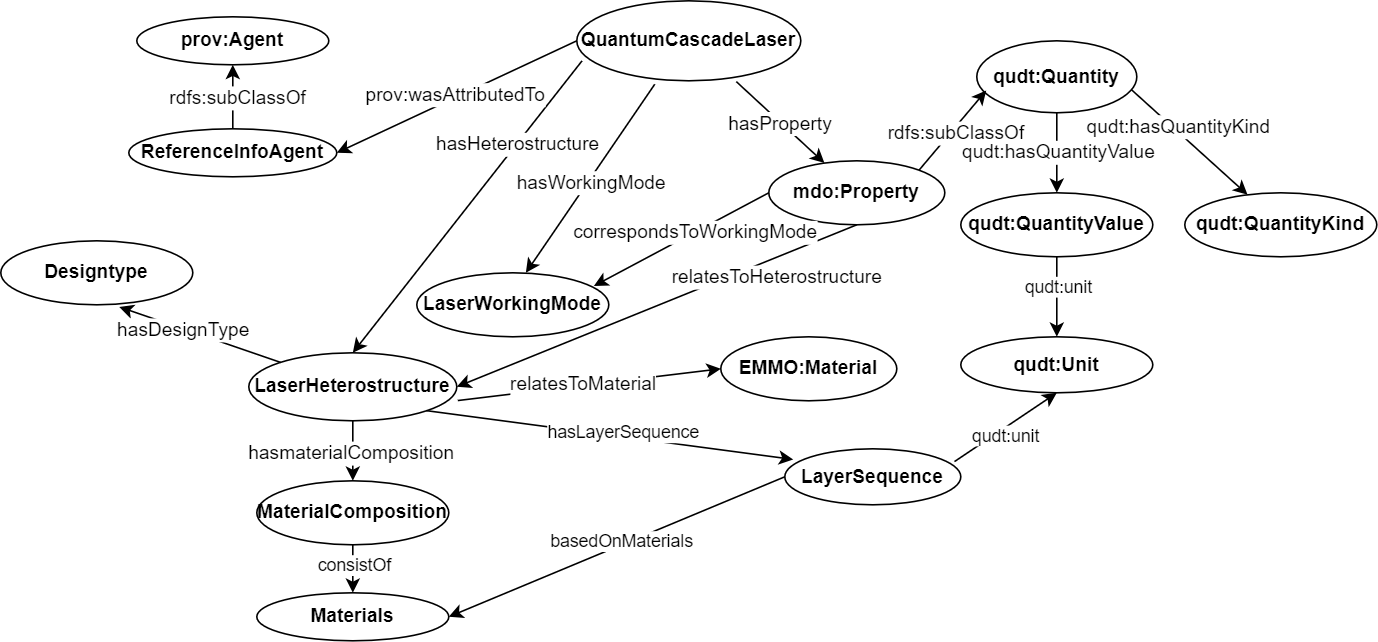
The draw.io diagram Figures/ontology_v1.png in DeperiasKerre/qcl_Onto, before a commit. Source tidied: cells renumbered, new cells last; positions are measured from the earlier drawing's top-left corner, leaving out a move shared by most shapes.
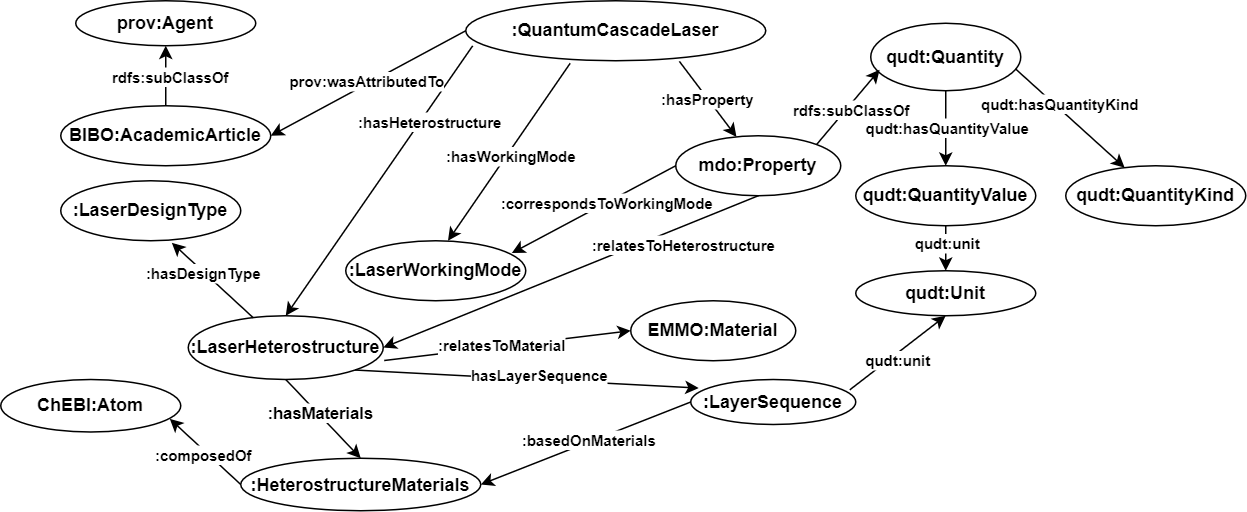
Above is the later version.

Diff of the diagram source:
```diff
@@ -2,11 +2,11 @@
   <root>
     <mxCell id="0" />
     <mxCell id="1" parent="0" />
-    <mxCell id="2" value="&lt;b&gt;&lt;font style=&quot;font-size: 12px;&quot;&gt;QuantumCascadeLaser&lt;/font&gt;&lt;/b&gt;" style="ellipse;whiteSpace=wrap;html=1;" parent="1" vertex="1">
-      <mxGeometry x="360" width="140" height="50" as="geometry" />
+    <mxCell id="2" value="&lt;b&gt;&lt;font style=&quot;font-size: 12px;&quot;&gt;:QuantumCascadeLaser&lt;/font&gt;&lt;/b&gt;" style="ellipse;whiteSpace=wrap;html=1;" parent="1" vertex="1">
+      <mxGeometry x="340" y="10" width="200" height="40" as="geometry" />
     </mxCell>
     <mxCell id="3" value="&lt;b&gt;&lt;font style=&quot;font-size: 12px;&quot;&gt;prov:Agent&lt;/font&gt;&lt;/b&gt;" style="ellipse;whiteSpace=wrap;html=1;" parent="1" vertex="1">
-      <mxGeometry x="85" y="10" width="120" height="30" as="geometry" />
+      <mxGeometry x="80" y="10" width="120" height="30" as="geometry" />
     </mxCell>
     <mxCell id="4" value="&lt;b&gt;&lt;font style=&quot;font-size: 12px;&quot;&gt;qudt:Quantity&lt;/font&gt;&lt;/b&gt;" style="ellipse;whiteSpace=wrap;html=1;" parent="1" vertex="1">
       <mxGeometry x="610" y="25" width="100" height="45" as="geometry" />
@@ -17,13 +17,13 @@
     <mxCell id="6" style="endArrow=classic;html=1;rounded=0;exitX=0.712;exitY=1.01;exitDx=0;exitDy=0;exitPerimeter=0;" parent="1" edge="1" source="2" target="5">
       <mxGeometry relative="1" as="geometry" />
     </mxCell>
-    <mxCell id="7" value="&lt;font style=&quot;font-size: 12px;&quot;&gt;hasProperty&lt;/font&gt;" style="edgeLabel;html=1;align=center;verticalAlign=middle;" parent="6" vertex="1">
+    <mxCell id="7" value="&lt;font style=&quot;font-size: 10px;&quot;&gt;&lt;b&gt;:hasProperty&lt;/b&gt;&lt;/font&gt;" style="edgeLabel;html=1;align=center;verticalAlign=middle;" parent="6" vertex="1">
       <mxGeometry x="-0.01" y="-1" relative="1" as="geometry" />
     </mxCell>
     <mxCell id="8" style="endArrow=classic;html=1;rounded=0;entryX=0.059;entryY=0.69;entryDx=0;entryDy=0;entryPerimeter=0;exitX=1;exitY=0;exitDx=0;exitDy=0;" parent="1" edge="1" source="5" target="4">
       <mxGeometry relative="1" as="geometry" />
     </mxCell>
-    <mxCell id="9" value="&lt;font style=&quot;font-size: 12px;&quot;&gt;rdfs:subClassOf&lt;/font&gt;" style="edgeLabel;html=1;align=center;verticalAlign=middle;" parent="8" vertex="1">
+    <mxCell id="9" value="&lt;font style=&quot;font-size: 10px;&quot;&gt;&lt;b&gt;rdfs:subClassOf&lt;/b&gt;&lt;/font&gt;" style="edgeLabel;html=1;align=center;verticalAlign=middle;" parent="8" vertex="1">
       <mxGeometry x="-0.03" y="-2" relative="1" as="geometry" />
     </mxCell>
     <mxCell id="10" value="&lt;b&gt;qudt:QuantityKind&lt;/b&gt;" style="ellipse;whiteSpace=wrap;html=1;" parent="1" vertex="1">
@@ -33,47 +33,47 @@
       <mxGeometry x="600" y="120" width="120" height="40" as="geometry" />
     </mxCell>
     <mxCell id="12" value="&lt;b&gt;qudt:Unit&lt;/b&gt;" style="ellipse;whiteSpace=wrap;html=1;" parent="1" vertex="1">
-      <mxGeometry x="600" y="210" width="120" height="35" as="geometry" />
+      <mxGeometry x="600" y="190" width="120" height="30" as="geometry" />
     </mxCell>
     <mxCell id="13" style="endArrow=classic;html=1;rounded=0;exitX=0.5;exitY=1;exitDx=0;exitDy=0;" parent="1" edge="1" source="4">
       <mxGeometry relative="1" as="geometry">
         <mxPoint x="660" y="120" as="targetPoint" />
       </mxGeometry>
     </mxCell>
-    <mxCell id="14" value="&lt;font style=&quot;font-size: 12px;&quot;&gt;qudt:hasQuantityValue&lt;/font&gt;" style="edgeLabel;html=1;align=center;verticalAlign=middle;" parent="13" vertex="1">
+    <mxCell id="14" value="&lt;font style=&quot;font-size: 10px;&quot;&gt;&lt;b&gt;qudt:hasQuantityValue&lt;/b&gt;&lt;/font&gt;" style="edgeLabel;html=1;align=center;verticalAlign=middle;" parent="13" vertex="1">
       <mxGeometry x="-0.04" relative="1" as="geometry" />
     </mxCell>
     <mxCell id="15" style="endArrow=classic;html=1;rounded=0;exitX=0.965;exitY=0.676;exitDx=0;exitDy=0;exitPerimeter=0;" parent="1" edge="1" source="4" target="10">
       <mxGeometry relative="1" as="geometry" />
     </mxCell>
-    <mxCell id="16" value="&lt;font style=&quot;font-size: 12px;&quot;&gt;qudt:hasQuantityKind&lt;/font&gt;" style="edgeLabel;html=1;align=center;verticalAlign=middle;" parent="15" vertex="1">
+    <mxCell id="16" value="&lt;font style=&quot;font-size: 10px;&quot;&gt;&lt;b&gt;qudt:hasQuantityKind&lt;/b&gt;&lt;/font&gt;" style="edgeLabel;html=1;align=center;verticalAlign=middle;" parent="15" vertex="1">
       <mxGeometry x="-0.24" y="2" relative="1" as="geometry" />
     </mxCell>
     <mxCell id="17" style="endArrow=classic;html=1;rounded=0;entryX=0.5;entryY=0;entryDx=0;entryDy=0;" parent="1" edge="1" source="11" target="12">
       <mxGeometry relative="1" as="geometry" />
     </mxCell>
-    <mxCell id="18" value="qudt:unit" style="edgeLabel;html=1;align=center;verticalAlign=middle;" parent="17" vertex="1">
+    <mxCell id="18" value="&lt;font style=&quot;font-size: 10px;&quot;&gt;&lt;b&gt;qudt:unit&lt;/b&gt;&lt;/font&gt;" style="edgeLabel;html=1;align=center;verticalAlign=middle;" parent="17" vertex="1">
       <mxGeometry x="-0.28" relative="1" as="geometry" />
     </mxCell>
-    <mxCell id="19" value="&lt;font style=&quot;font-size: 12px;&quot;&gt;&lt;b&gt;ReferenceInfoAgent&lt;/b&gt;&lt;/font&gt;" style="ellipse;whiteSpace=wrap;html=1;" parent="1" vertex="1">
-      <mxGeometry x="80" y="80" width="130" height="30" as="geometry" />
+    <mxCell id="19" value="&lt;font style=&quot;font-size: 12px;&quot;&gt;&lt;b&gt;BIBO:AcademicArticle&lt;/b&gt;&lt;/font&gt;" style="ellipse;whiteSpace=wrap;html=1;" parent="1" vertex="1">
+      <mxGeometry x="70" y="80" width="140" height="40" as="geometry" />
     </mxCell>
     <mxCell id="20" style="endArrow=classic;html=1;rounded=0;exitX=0.5;exitY=0;exitDx=0;exitDy=0;entryX=0.5;entryY=1;entryDx=0;entryDy=0;" parent="1" edge="1" source="19" target="3">
       <mxGeometry relative="1" as="geometry" />
     </mxCell>
-    <mxCell id="21" value="&lt;font style=&quot;font-size: 12px;&quot;&gt;rdfs:subClassOf&lt;/font&gt;" style="edgeLabel;html=1;align=center;verticalAlign=middle;" parent="20" vertex="1">
+    <mxCell id="21" value="&lt;font style=&quot;font-size: 10px;&quot;&gt;&lt;b&gt;rdfs:subClassOf&lt;/b&gt;&lt;/font&gt;" style="edgeLabel;html=1;align=center;verticalAlign=middle;" parent="20" vertex="1">
       <mxGeometry x="-0.02" y="-2" relative="1" as="geometry" />
     </mxCell>
-    <mxCell id="22" value="&lt;b&gt;LaserHeterostructure&lt;/b&gt;" style="ellipse;whiteSpace=wrap;html=1;" parent="1" vertex="1">
+    <mxCell id="22" value="&lt;b&gt;:LaserHeterostructure&lt;/b&gt;" style="ellipse;whiteSpace=wrap;html=1;" parent="1" vertex="1">
       <mxGeometry x="155" y="220" width="130" height="42.5" as="geometry" />
     </mxCell>
-    <mxCell id="23" value="&lt;b&gt;LaserWorkingMode&lt;/b&gt;" style="ellipse;whiteSpace=wrap;html=1;" parent="1" vertex="1">
+    <mxCell id="23" value="&lt;b&gt;:LaserWorkingMode&lt;/b&gt;" style="ellipse;whiteSpace=wrap;html=1;" parent="1" vertex="1">
       <mxGeometry x="260" y="170" width="120" height="40" as="geometry" />
     </mxCell>
     <mxCell id="24" style="endArrow=classic;html=1;rounded=0;exitX=0.348;exitY=1.043;exitDx=0;exitDy=0;exitPerimeter=0;entryX=0.568;entryY=0.001;entryDx=0;entryDy=0;entryPerimeter=0;" parent="1" edge="1" source="2" target="23">
       <mxGeometry relative="1" as="geometry" />
     </mxCell>
-    <mxCell id="25" value="&lt;font style=&quot;font-size: 12px;&quot;&gt;hasWorkingMode&lt;/font&gt;" style="edgeLabel;html=1;align=center;verticalAlign=middle;" parent="24" vertex="1">
+    <mxCell id="25" value="&lt;font style=&quot;font-size: 10px;&quot;&gt;&lt;b style=&quot;&quot;&gt;:hasWorkingMode&lt;/b&gt;&lt;/font&gt;" style="edgeLabel;html=1;align=center;verticalAlign=middle;" parent="24" vertex="1">
       <mxGeometry x="0.03" y="1" relative="1" as="geometry">
         <mxPoint x="1" as="offset" />
       </mxGeometry>
@@ -81,33 +81,24 @@
     <mxCell id="26" style="endArrow=classic;html=1;rounded=0;exitX=0.023;exitY=0.752;exitDx=0;exitDy=0;exitPerimeter=0;entryX=0.5;entryY=0;entryDx=0;entryDy=0;" parent="1" edge="1" source="2" target="22">
       <mxGeometry relative="1" as="geometry" />
     </mxCell>
-    <mxCell id="27" value="&lt;font style=&quot;font-size: 12px;&quot;&gt;hasHeterostructure&lt;/font&gt;" style="edgeLabel;html=1;align=center;verticalAlign=middle;" parent="26" vertex="1">
+    <mxCell id="27" value="&lt;font style=&quot;font-size: 10px;&quot;&gt;&lt;b&gt;:hasHeterostructure&lt;/b&gt;&lt;/font&gt;" style="edgeLabel;html=1;align=center;verticalAlign=middle;" parent="26" vertex="1">
       <mxGeometry x="0.25" relative="1" as="geometry">
         <mxPoint x="49" y="-62" as="offset" />
       </mxGeometry>
     </mxCell>
-    <mxCell id="28" value="&lt;b&gt;MaterialComposition&lt;/b&gt;" style="ellipse;whiteSpace=wrap;html=1;" parent="1" vertex="1">
-      <mxGeometry x="160" y="300" width="120" height="40" as="geometry" />
-    </mxCell>
-    <mxCell id="29" value="&lt;b&gt;Designtype&lt;/b&gt;" style="ellipse;whiteSpace=wrap;html=1;" parent="1" vertex="1">
-      <mxGeometry y="150" width="120" height="40" as="geometry" />
+    <mxCell id="29" value="&lt;b&gt;:LaserDesignType&lt;/b&gt;" style="ellipse;whiteSpace=wrap;html=1;" parent="1" vertex="1">
+      <mxGeometry x="70" y="130" width="120" height="40" as="geometry" />
     </mxCell>
-    <mxCell id="30" style="endArrow=classic;html=1;rounded=0;exitX=0.5;exitY=1;exitDx=0;exitDy=0;entryX=0.5;entryY=0;entryDx=0;entryDy=0;" parent="1" edge="1" source="22" target="28">
-      <mxGeometry relative="1" as="geometry" />
-    </mxCell>
-    <mxCell id="31" value="&lt;font style=&quot;font-size: 12px;&quot;&gt;hasmaterialComposition&lt;/font&gt;" style="edgeLabel;html=1;align=center;verticalAlign=middle;" parent="30" vertex="1">
-      <mxGeometry x="0.08" y="-2" relative="1" as="geometry" />
-    </mxCell>
     <mxCell id="32" style="endArrow=classic;html=1;rounded=0;entryX=0.617;entryY=1.033;entryDx=0;entryDy=0;entryPerimeter=0;" parent="1" edge="1" source="22" target="29">
       <mxGeometry relative="1" as="geometry" />
     </mxCell>
-    <mxCell id="33" value="&lt;font style=&quot;font-size: 12px;&quot;&gt;hasDesignType&lt;/font&gt;" style="edgeLabel;html=1;align=center;verticalAlign=middle;" parent="32" vertex="1">
+    <mxCell id="33" value="&lt;font style=&quot;font-size: 10px;&quot;&gt;&lt;b&gt;:hasDesignType&lt;/b&gt;&lt;/font&gt;" style="edgeLabel;html=1;align=center;verticalAlign=middle;" parent="32" vertex="1">
       <mxGeometry x="0.23" y="1" relative="1" as="geometry" />
     </mxCell>
     <mxCell id="34" style="endArrow=classic;html=1;rounded=0;exitX=0.5;exitY=1;exitDx=0;exitDy=0;entryX=1;entryY=0.5;entryDx=0;entryDy=0;" parent="1" edge="1" source="5" target="22">
       <mxGeometry relative="1" as="geometry" />
     </mxCell>
-    <mxCell id="35" value="&lt;font style=&quot;font-size: 12px;&quot;&gt;relatesToHeterostructure&lt;/font&gt;" style="edgeLabel;html=1;align=center;verticalAlign=middle;" parent="34" vertex="1">
+    <mxCell id="35" value="&lt;font style=&quot;font-size: 10px;&quot;&gt;&lt;b&gt;:relatesToHeterostructure&lt;/b&gt;&lt;/font&gt;" style="edgeLabel;html=1;align=center;verticalAlign=middle;" parent="34" vertex="1">
       <mxGeometry x="-0.14" y="1" relative="1" as="geometry">
         <mxPoint x="57" y="-12" as="offset" />
       </mxGeometry>
@@ -115,13 +106,13 @@
     <mxCell id="36" style="endArrow=classic;html=1;rounded=0;entryX=0.922;entryY=0.206;entryDx=0;entryDy=0;exitX=0;exitY=0.5;exitDx=0;exitDy=0;entryPerimeter=0;" parent="1" edge="1" source="5" target="23">
       <mxGeometry relative="1" as="geometry" />
     </mxCell>
-    <mxCell id="37" value="&lt;font style=&quot;font-size: 12px;&quot;&gt;correspondsToWorkingMode&lt;/font&gt;" style="edgeLabel;html=1;align=center;verticalAlign=middle;" parent="36" vertex="1">
+    <mxCell id="37" value="&lt;font style=&quot;font-size: 10px;&quot;&gt;&lt;b&gt;:correspondsToWorkingMode&lt;/b&gt;&lt;/font&gt;" style="edgeLabel;html=1;align=center;verticalAlign=middle;" parent="36" vertex="1">
       <mxGeometry x="-0.15" relative="1" as="geometry" />
     </mxCell>
     <mxCell id="38" style="endArrow=classic;html=1;rounded=0;entryX=1;entryY=0.5;entryDx=0;entryDy=0;exitX=0;exitY=0.5;exitDx=0;exitDy=0;" parent="1" edge="1" source="2" target="19">
       <mxGeometry relative="1" as="geometry" />
     </mxCell>
-    <mxCell id="39" value="&lt;font style=&quot;font-size: 12px;&quot;&gt;prov:wasAttributedTo&lt;/font&gt;" style="edgeLabel;html=1;align=center;verticalAlign=middle;" parent="38" vertex="1">
+    <mxCell id="39" value="&lt;font style=&quot;font-size: 10px;&quot;&gt;&lt;b&gt;prov:wasAttributedTo&lt;/b&gt;&lt;/font&gt;" style="edgeLabel;html=1;align=center;verticalAlign=middle;" parent="38" vertex="1">
       <mxGeometry y="-2" relative="1" as="geometry" />
     </mxCell>
     <mxCell id="40" value="&lt;b&gt;EMMO:Material&lt;/b&gt;" style="ellipse;whiteSpace=wrap;html=1;" parent="1" vertex="1">
@@ -130,38 +121,47 @@
     <mxCell id="41" style="endArrow=classic;html=1;rounded=0;entryX=0;entryY=0.5;entryDx=0;entryDy=0;exitX=1.005;exitY=0.702;exitDx=0;exitDy=0;exitPerimeter=0;" parent="1" edge="1" source="22" target="40">
       <mxGeometry relative="1" as="geometry" />
     </mxCell>
-    <mxCell id="42" value="&lt;font style=&quot;font-size: 12px;&quot;&gt;relatesToMaterial&lt;/font&gt;" style="edgeLabel;html=1;align=center;verticalAlign=middle;" parent="41" vertex="1">
+    <mxCell id="42" value="&lt;font style=&quot;font-size: 10px;&quot;&gt;&lt;b&gt;:relatesToMaterial&lt;/b&gt;&lt;/font&gt;" style="edgeLabel;html=1;align=center;verticalAlign=middle;" parent="41" vertex="1">
       <mxGeometry x="-0.04" y="1" relative="1" as="geometry" />
     </mxCell>
-    <mxCell id="43" value="&lt;b&gt;LayerSequence&lt;/b&gt;" style="ellipse;whiteSpace=wrap;html=1;" parent="1" vertex="1">
-      <mxGeometry x="490" y="280" width="110" height="35" as="geometry" />
+    <mxCell id="43" value="&lt;b&gt;:LayerSequence&lt;/b&gt;" style="ellipse;whiteSpace=wrap;html=1;" parent="1" vertex="1">
+      <mxGeometry x="490" y="262.5" width="110" height="30" as="geometry" />
     </mxCell>
     <mxCell id="44" style="endArrow=classic;html=1;rounded=0;exitX=1;exitY=1;exitDx=0;exitDy=0;entryX=0.048;entryY=0.19;entryDx=0;entryDy=0;entryPerimeter=0;" parent="1" edge="1" source="22" target="43">
       <mxGeometry relative="1" as="geometry" />
     </mxCell>
-    <mxCell id="45" value="hasLayerSequence" style="edgeLabel;html=1;align=center;verticalAlign=middle;" parent="44" vertex="1">
+    <mxCell id="45" value="&lt;font style=&quot;font-size: 10px;&quot;&gt;&lt;b&gt;hasLayerSequence&lt;/b&gt;&lt;/font&gt;" style="edgeLabel;html=1;align=center;verticalAlign=middle;" parent="44" vertex="1">
       <mxGeometry x="0.07" y="3" relative="1" as="geometry" />
     </mxCell>
     <mxCell id="46" style="endArrow=classic;html=1;rounded=0;entryX=1;entryY=0.5;entryDx=0;entryDy=0;exitX=0;exitY=0.5;exitDx=0;exitDy=0;" parent="1" edge="1" source="43" target="50">
       <mxGeometry relative="1" as="geometry" />
     </mxCell>
-    <mxCell id="47" value="basedOnMaterials" style="edgeLabel;html=1;align=center;verticalAlign=middle;" parent="46" vertex="1">
+    <mxCell id="47" value="&lt;font style=&quot;font-size: 10px;&quot;&gt;&lt;b&gt;:basedOnMaterials&lt;/b&gt;&lt;/font&gt;" style="edgeLabel;html=1;align=center;verticalAlign=middle;" parent="46" vertex="1">
       <mxGeometry x="-0.04" y="-2" relative="1" as="geometry" />
     </mxCell>
     <mxCell id="48" style="endArrow=classic;html=1;rounded=0;entryX=0.5;entryY=1;entryDx=0;entryDy=0;exitX=0.964;exitY=0.229;exitDx=0;exitDy=0;exitPerimeter=0;" parent="1" edge="1" source="43" target="12">
       <mxGeometry relative="1" as="geometry" />
     </mxCell>
-    <mxCell id="49" value="qudt:unit" style="edgeLabel;html=1;align=center;verticalAlign=middle;" parent="48" vertex="1">
+    <mxCell id="49" value="&lt;font style=&quot;font-size: 10px;&quot;&gt;&lt;b&gt;qudt:unit&lt;/b&gt;&lt;/font&gt;" style="edgeLabel;html=1;align=center;verticalAlign=middle;" parent="48" vertex="1">
       <mxGeometry x="-0.09" y="-4" relative="1" as="geometry" />
     </mxCell>
-    <mxCell id="50" value="&lt;b&gt;Materials&lt;/b&gt;" style="ellipse;whiteSpace=wrap;html=1;" parent="1" vertex="1">
-      <mxGeometry x="160" y="370" width="120" height="30" as="geometry" />
+    <mxCell id="50" value="&lt;b&gt;:HeterostructureMaterials&lt;/b&gt;" style="ellipse;whiteSpace=wrap;html=1;" parent="1" vertex="1">
+      <mxGeometry x="190" y="315" width="160" height="35" as="geometry" />
     </mxCell>
-    <mxCell id="51" style="endArrow=classic;html=1;rounded=0;exitX=0.5;exitY=1;exitDx=0;exitDy=0;entryX=0.5;entryY=0;entryDx=0;entryDy=0;" parent="1" edge="1" source="28" target="50">
-      <mxGeometry relative="1" as="geometry" />
-    </mxCell>
-    <mxCell id="52" value="consistOf" style="edgeLabel;html=1;align=center;verticalAlign=middle;" parent="51" vertex="1">
-      <mxGeometry x="-0.22" relative="1" as="geometry" />
-    </mxCell>
+    <mxCell id="53" style="endArrow=classic;html=1;rounded=0;exitX=0.5;exitY=1;exitDx=0;exitDy=0;entryX=0.5;entryY=0;entryDx=0;entryDy=0;" parent="1" edge="1" source="22" target="50">
+      <mxGeometry relative="1" as="geometry" />
+    </mxCell>
+    <mxCell id="54" value="&lt;b&gt;:hasMaterials&lt;/b&gt;" style="edgeLabel;html=1;align=center;verticalAlign=middle;" parent="53" vertex="1">
+      <mxGeometry x="-0.12" y="1" relative="1" as="geometry" />
+    </mxCell>
+    <mxCell id="55" value="&lt;b&gt;ChEBI:Atom&lt;/b&gt;" style="ellipse;whiteSpace=wrap;html=1;" parent="1" vertex="1">
+      <mxGeometry x="30" y="262.5" width="120" height="35" as="geometry" />
+    </mxCell>
+    <mxCell id="56" style="endArrow=classic;html=1;rounded=0;entryX=0.939;entryY=0.748;entryDx=0;entryDy=0;exitX=0;exitY=0.5;exitDx=0;exitDy=0;entryPerimeter=0;" parent="1" edge="1" source="50" target="55">
+      <mxGeometry relative="1" as="geometry" />
+    </mxCell>
+    <mxCell id="57" value="&lt;font style=&quot;font-size: 10px;&quot;&gt;&lt;b&gt;:composedOf&lt;/b&gt;&lt;/font&gt;" style="edgeLabel;html=1;align=center;verticalAlign=middle;" parent="56" vertex="1">
+      <mxGeometry x="-0.01" y="3" relative="1" as="geometry" />
+    </mxCell>
   </root>
 </mxGraphModel>
```
